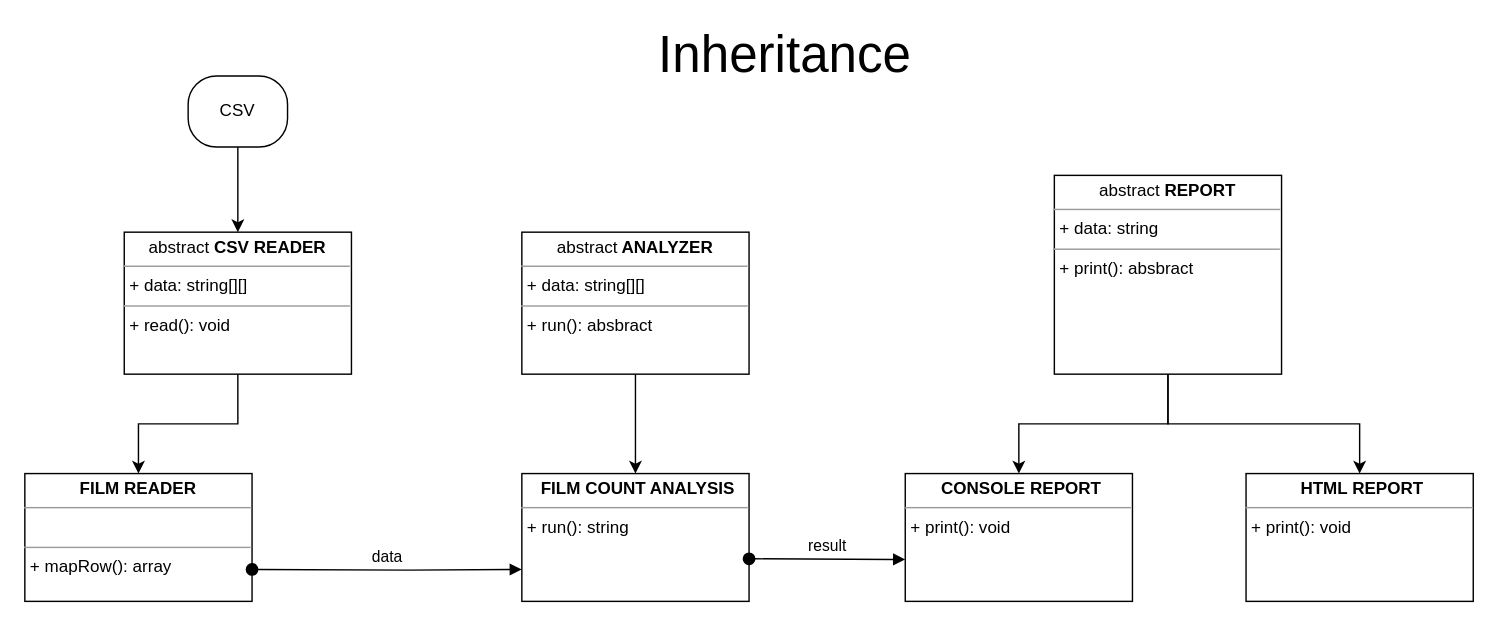
This is page "Page-17" (5 of 5) of sass-explained/Untitled Diagram.drawio from kingsley-ijomah/draw.io, a draw.io file, before an edit. Source tidied: cells renumbered, new cells numbered last; positions are measured from the earlier drawing's top-left corner, leaving out a move shared by most shapes. Both pictures are drawn from the tidied source at 142%, with x=0, y=0 at pixel (24, 33).
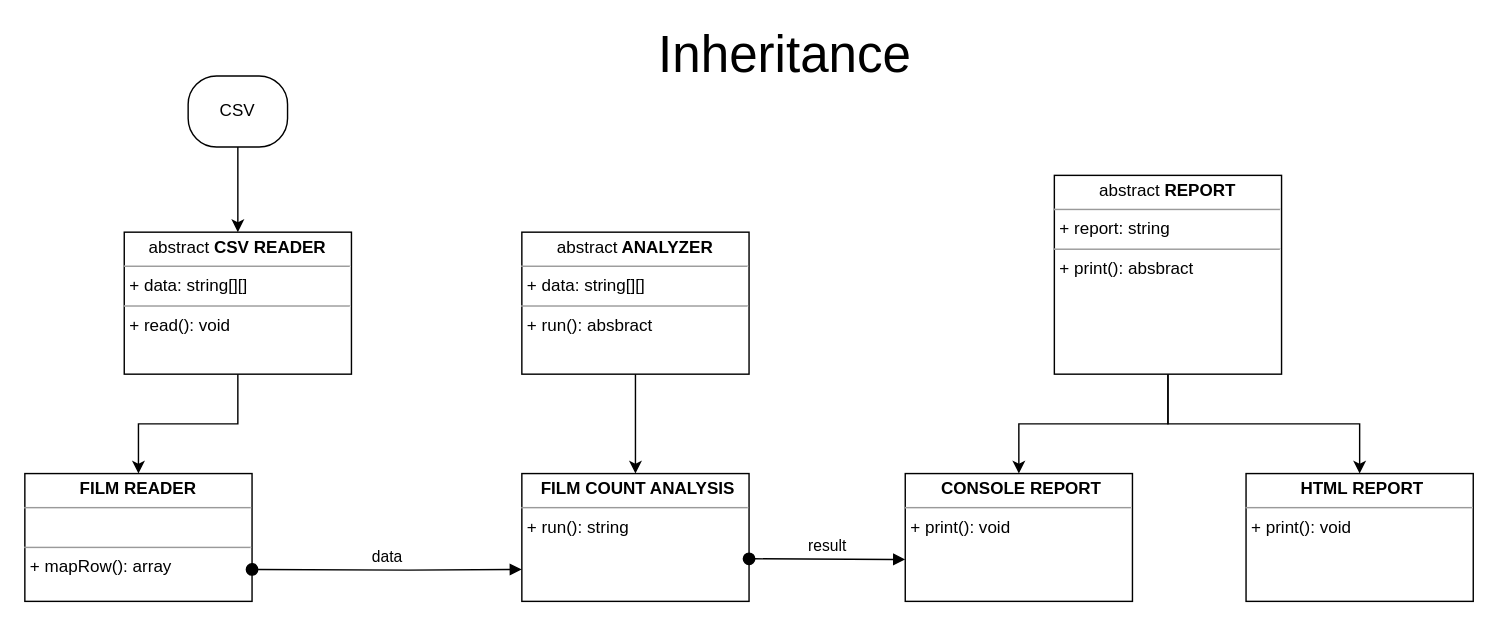
After the change.

Diff of the diagram source:
```diff
@@
-    <mxCell id="14" value="&lt;p style=&quot;margin: 0px ; margin-top: 4px ; text-align: center&quot;&gt;abstract&lt;b&gt; REPORT&lt;/b&gt;&lt;/p&gt;&lt;hr size=&quot;1&quot;&gt;&lt;p style=&quot;margin: 0px ; margin-left: 4px&quot;&gt;+ data: string&lt;/p&gt;&lt;hr size=&quot;1&quot;&gt;&lt;p style=&quot;margin: 0px ; margin-left: 4px&quot;&gt;+ print(): absbract&lt;/p&gt;" style="verticalAlign=top;align=left;overflow=fill;fontSize=12;fontFamily=Helvetica;html=1;" parent="1" vertex="1">
+    <mxCell id="14" value="&lt;p style=&quot;margin: 0px ; margin-top: 4px ; text-align: center&quot;&gt;abstract&lt;b&gt; REPORT&lt;/b&gt;&lt;/p&gt;&lt;hr size=&quot;1&quot;&gt;&lt;p style=&quot;margin: 0px ; margin-left: 4px&quot;&gt;+ report: string&lt;/p&gt;&lt;hr size=&quot;1&quot;&gt;&lt;p style=&quot;margin: 0px ; margin-left: 4px&quot;&gt;+ print(): absbract&lt;/p&gt;" style="verticalAlign=top;align=left;overflow=fill;fontSize=12;fontFamily=Helvetica;html=1;" parent="1" vertex="1">
       <mxGeometry x="725" y="100" width="160" height="140" as="geometry" />
     </mxCell>
```
